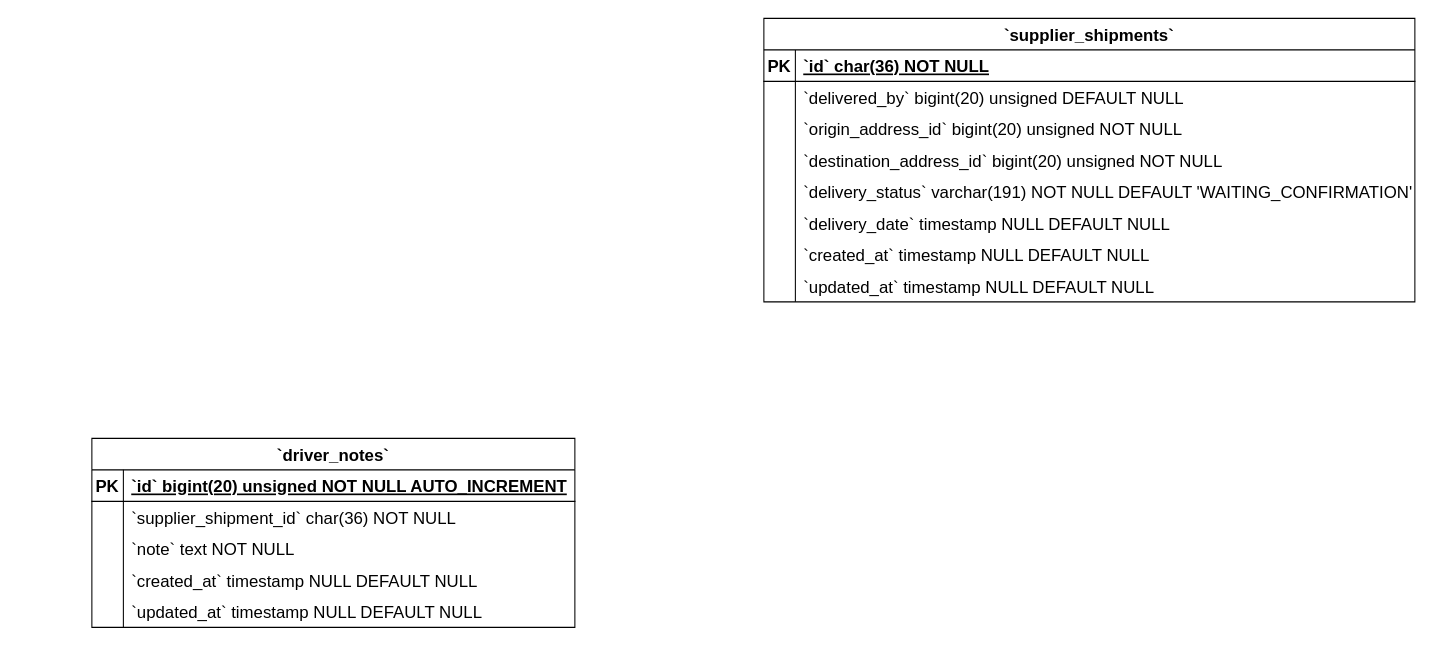
Earlier version of the draw.io diagram Driver Notes ERD Diagram.drawio (Simasco/diagram). Source tidied: cells renumbered, new cells numbered last; positions are measured from the earlier drawing's top-left corner, leaving out a move shared by most shapes. Both pictures are drawn from the tidied source at 105%, with x=0, y=0 at pixel (91, 18).
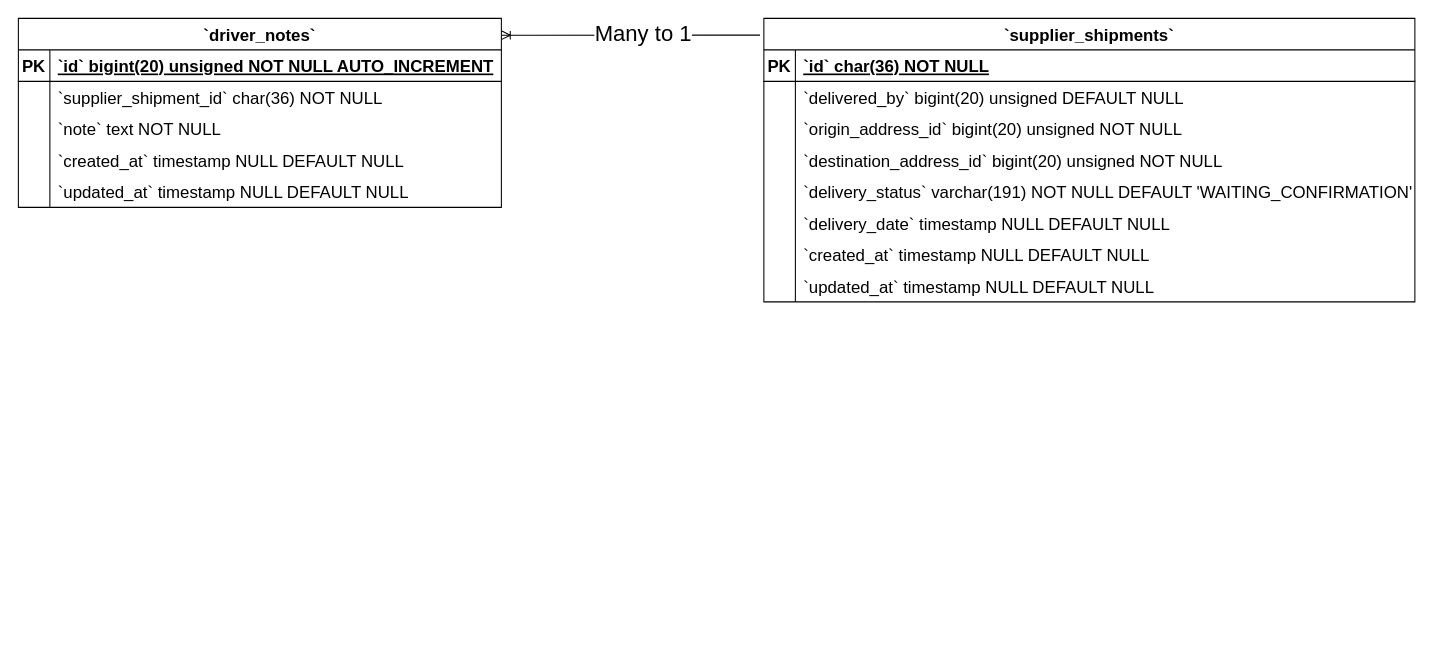
After the change.

Unchanged cells that the change refers to:
```xml
<mxCell id="18" value="`supplier_shipments`" style="shape=table;startSize=30;childLayout=tableLayout;rowLines=0;fontStyle=1;align=center;fontSize=16;" parent="1" vertex="1">
  <mxGeometry x="640" width="620" height="270" as="geometry" />
</mxCell>
```

The edit, as a diff of the source:
```diff
@@
     <mxCell id="2" value="`driver_notes`" style="shape=table;startSize=30;childLayout=tableLayout;rowLines=0;fontStyle=1;align=center;fontSize=16;" parent="1" vertex="1">
-      <mxGeometry y="400" width="460" height="180" as="geometry" />
+      <mxGeometry x="-70" width="460" height="180" as="geometry" />
     </mxCell>
@@
+    <mxCell id="43" style="edgeStyle=entityRelationEdgeStyle;fontSize=12;html=1;endArrow=ERoneToMany;rounded=0;entryX=1.001;entryY=0.089;entryDx=0;entryDy=0;entryPerimeter=0;exitX=-0.006;exitY=0.059;exitDx=0;exitDy=0;exitPerimeter=0;" parent="1" edge="1" source="18" target="2">
+      <mxGeometry relative="1" as="geometry" />
+    </mxCell>
+    <mxCell id="44" value="&lt;font style=&quot;font-size: 21px;&quot;&gt;Many to 1&lt;/font&gt;" style="edgeLabel;html=1;align=center;verticalAlign=middle;" parent="43" vertex="1">
+      <mxGeometry x="-0.1" y="-2" relative="1" as="geometry">
+        <mxPoint x="-1" as="offset" />
+      </mxGeometry>
+    </mxCell>
```
